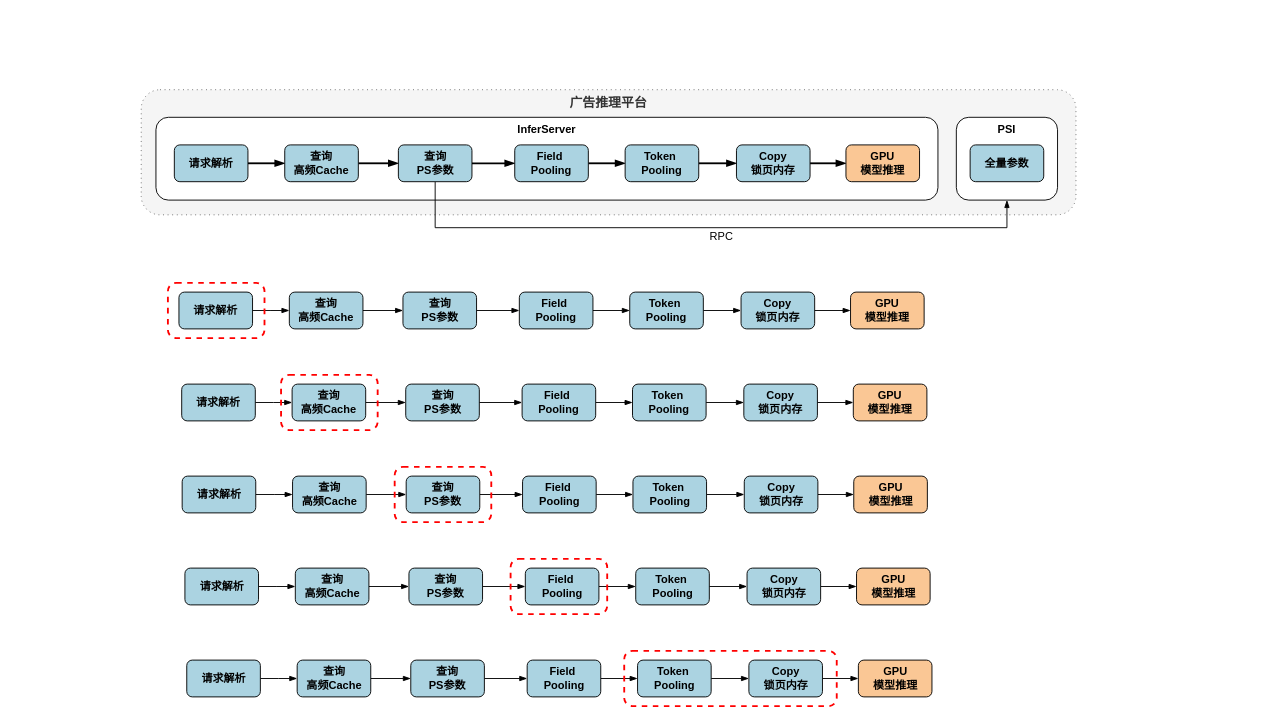
JackHsiung/totoro keeps this draw.io diagram as GprOptImpl.drawio. Above is the earlier version. Source tidied: cells renumbered, new cells numbered last; positions are measured from the earlier drawing's top-left corner, leaving out a move shared by most shapes. Both pictures are drawn from the tidied source at 92%, with x=0, y=0 at pixel (141, 89).
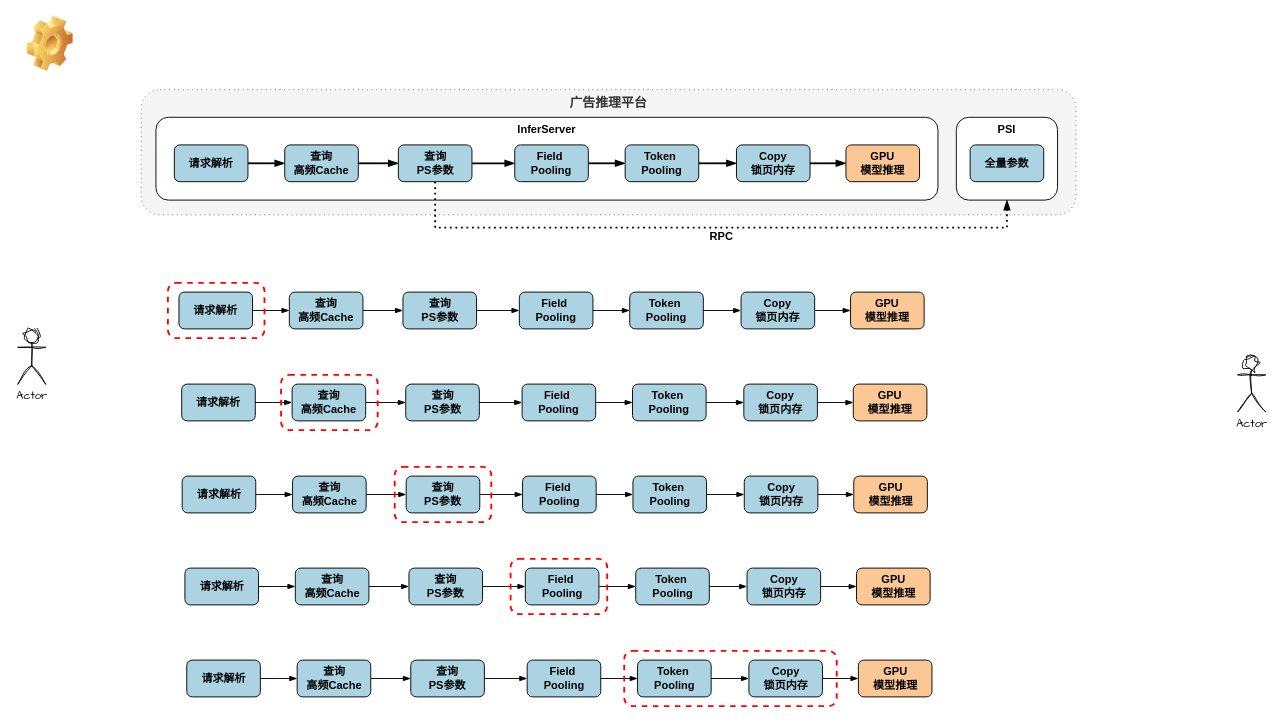
Above is the later version.

Unchanged cells that the change refers to:
```xml
<mxCell id="10" value="查询&lt;div&gt;PS&lt;span style=&quot;background-color: transparent; color: light-dark(rgb(0, 0, 0), rgb(255, 255, 255));&quot;&gt;参数&lt;/span&gt;&lt;/div&gt;" style="rounded=1;whiteSpace=wrap;html=1;hachureGap=4;fontFamily=Helvetica;fontStyle=1;fillColor=#ABD3E1;" parent="1" vertex="1">
  <mxGeometry x="279.5" y="60" width="80" height="40" as="geometry" />
</mxCell>
<mxCell id="31" value="&lt;font face=&quot;Helvetica&quot;&gt;&lt;b style=&quot;&quot;&gt;PSI&lt;/b&gt;&lt;/font&gt;" style="rounded=1;whiteSpace=wrap;html=1;hachureGap=4;fontFamily=Architects Daughter;verticalAlign=top;" parent="1" vertex="1">
  <mxGeometry x="886" y="30" width="110" height="90" as="geometry" />
</mxCell>
```

Diff of the diagram source:
```diff
@@
-    <mxCell id="9" style="edgeStyle=orthogonalEdgeStyle;rounded=0;hachureGap=4;jettySize=auto;html=1;exitX=0.5;exitY=1;exitDx=0;exitDy=0;entryX=0.5;entryY=1;entryDx=0;entryDy=0;fontFamily=Architects Daughter;endArrow=blockThin;endFill=1;" parent="1" edge="1" source="10" target="31">
+    <mxCell id="9" style="edgeStyle=orthogonalEdgeStyle;rounded=0;hachureGap=4;jettySize=auto;html=1;exitX=0.5;exitY=1;exitDx=0;exitDy=0;entryX=0.5;entryY=1;entryDx=0;entryDy=0;fontFamily=Architects Daughter;endArrow=blockThin;endFill=1;strokeWidth=2;dashed=1;dashPattern=1 2;" parent="1" edge="1" source="10" target="31">
       <mxGeometry relative="1" as="geometry">
         <Array as="points">
           <mxPoint x="320" y="150" />
           <mxPoint x="941" y="150" />
         </Array>
       </mxGeometry>
     </mxCell>
@@
-    <mxCell id="33" value="RPC" style="text;html=1;align=center;verticalAlign=middle;whiteSpace=wrap;rounded=0;fontFamily=Helvetica;" parent="1" vertex="1">
+    <mxCell id="33" value="RPC" style="text;html=1;align=center;verticalAlign=middle;whiteSpace=wrap;rounded=0;fontFamily=Helvetica;fontStyle=1;" parent="1" vertex="1">
       <mxGeometry x="606" y="150" width="50" height="20" as="geometry" />
     </mxCell>
@@
+    <mxCell id="91" value="Actor" style="shape=umlActor;verticalLabelPosition=bottom;verticalAlign=top;html=1;sketch=1;hachureGap=4;jiggle=2;curveFitting=1;fontFamily=Architects Daughter;" parent="1" vertex="1">
+      <mxGeometry x="-134" y="260" width="30" height="60" as="geometry" />
+    </mxCell>
+    <mxCell id="92" style="shape=image;html=1;verticalLabelPosition=bottom;verticalAlign=top;imageAspect=0;image=img/clipart/Gear_128x128.png;sketch=1;hachureGap=4;jiggle=2;curveFitting=1;fontFamily=Architects Daughter;" parent="1" vertex="1">
+      <mxGeometry x="-124" y="-80" width="50" height="60" as="geometry" />
+    </mxCell>
+    <mxCell id="93" value="Actor" style="shape=umlActor;verticalLabelPosition=bottom;verticalAlign=top;html=1;sketch=1;hachureGap=4;jiggle=2;curveFitting=1;fontFamily=Architects Daughter;" parent="1" vertex="1">
+      <mxGeometry x="1192" y="290" width="30" height="60" as="geometry" />
+    </mxCell>
```
